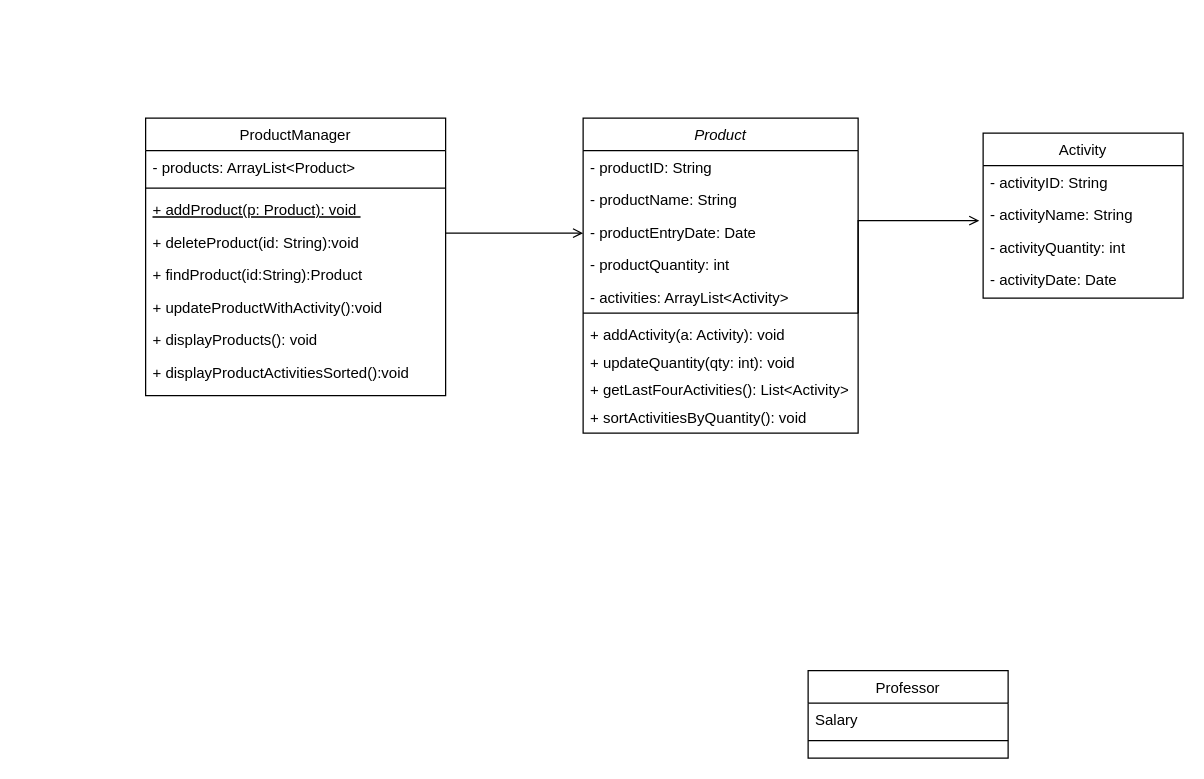
The draw.io diagram Supermarket.drawio in Veer-Rishabh/Group-5-Coursework-1, before the edit. Source tidied: cells renumbered, new cells numbered last; positions are measured from the earlier drawing's top-left corner, leaving out a move shared by most shapes. Both pictures are drawn from the tidied source at 125%, with x=0, y=0 at pixel (145, 118).
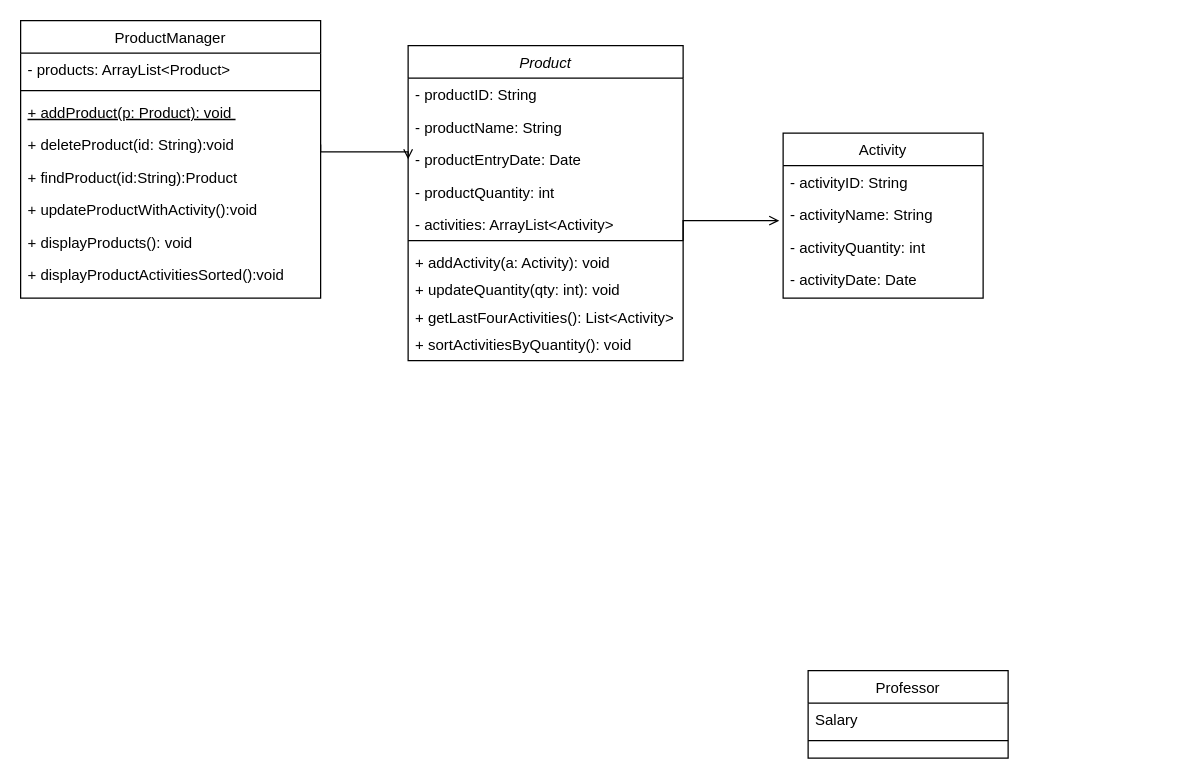
The same page after the edit.

Unchanged cells that the change refers to:
```xml
<mxCell id="5" value="- productEntryDate: Date" style="text;align=left;verticalAlign=top;spacingLeft=4;spacingRight=4;overflow=hidden;points=[[0,0.5],[1,0.5]];portConstraint=eastwest;rounded=0;shadow=0;html=0;" parent="2" vertex="1">
  <mxGeometry y="78" width="220" height="26" as="geometry" />
</mxCell>
<mxCell id="17" value="+ deleteProduct(id: String):void" style="text;align=left;verticalAlign=top;spacingLeft=4;spacingRight=4;overflow=hidden;points=[[0,0.5],[1,0.5]];portConstraint=eastwest;" parent="13" vertex="1">
  <mxGeometry y="86" width="240" height="26" as="geometry" />
</mxCell>
```

What changed in the source:
```diff
@@
     <mxCell id="2" value="Product" style="swimlane;fontStyle=2;align=center;verticalAlign=top;horizontal=1;startSize=26;rounded=0;shadow=0;strokeWidth=1;" parent="1" vertex="1">
-      <mxGeometry x="350" width="220" height="252" as="geometry" />
+      <mxGeometry x="210" y="-58" width="220" height="252" as="geometry" />
     </mxCell>
@@
     <mxCell id="13" value="ProductManager" style="swimlane;fontStyle=0;align=center;verticalAlign=top;horizontal=1;startSize=26;rounded=0;shadow=0;strokeWidth=1;" parent="1" vertex="1">
-      <mxGeometry width="240" height="222" as="geometry" />
+      <mxGeometry x="-100" y="-78" width="240" height="222" as="geometry" />
     </mxCell>
@@
     <mxCell id="25" value="Activity" style="swimlane;fontStyle=0;align=center;verticalAlign=top;horizontal=1;startSize=26;rounded=0;shadow=0;strokeWidth=1;" parent="1" vertex="1">
-      <mxGeometry x="670" y="12" width="160" height="132" as="geometry" />
+      <mxGeometry x="510" y="12" width="160" height="132" as="geometry" />
     </mxCell>
@@
-    <mxCell id="31" style="endArrow=open;shadow=0;strokeWidth=1;rounded=0;curved=0;endFill=1;edgeStyle=elbowEdgeStyle;elbow=vertical;entryX=0;entryY=0.5;entryDx=0;entryDy=0;" parent="1" edge="1" target="5">
+    <mxCell id="31" style="endArrow=open;shadow=0;strokeWidth=1;rounded=0;curved=0;endFill=1;edgeStyle=elbowEdgeStyle;elbow=vertical;entryX=0;entryY=0.5;entryDx=0;entryDy=0;exitX=1;exitY=0.5;exitDx=0;exitDy=0;" parent="1" edge="1" source="17" target="5">
       <mxGeometry x="0.5" y="41" relative="1" as="geometry">
-        <mxPoint x="240" y="92" as="sourcePoint" />
         <mxPoint x="-40" y="32" as="offset" />
       </mxGeometry>
     </mxCell>
```
